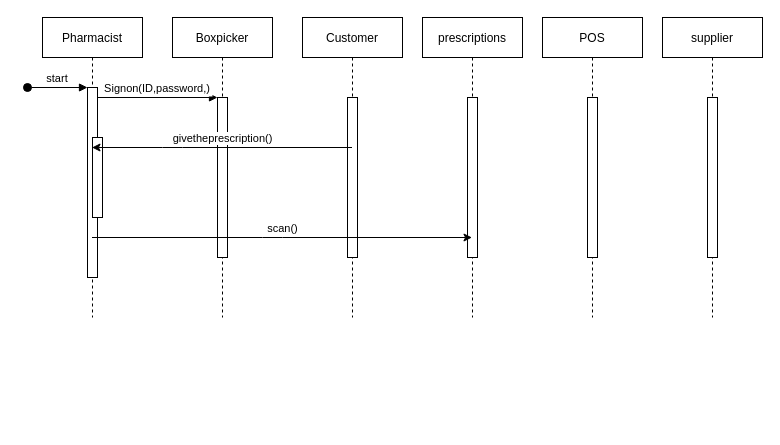
Before: Untitled Diagram.drawio in forthegame/ANU2024, a draw.io diagram. Source tidied: cells renumbered, new cells numbered last; positions are measured from the earlier drawing's top-left corner, leaving out a move shared by most shapes. Both pictures are drawn from the tidied source at 100%, with x=0, y=0 at pixel (27, 17).
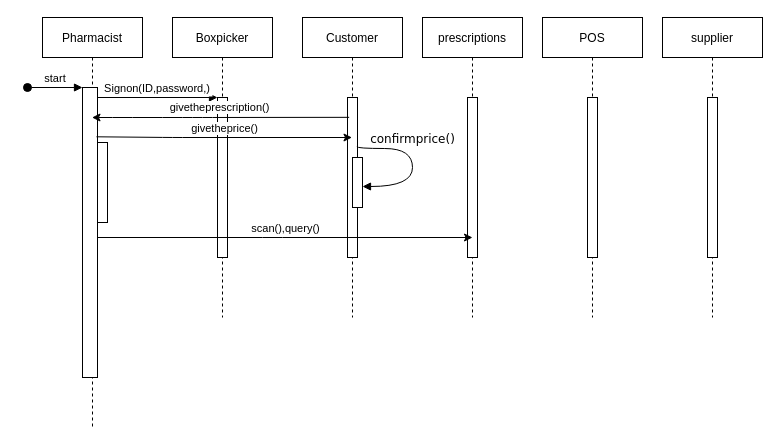
The same diagram, later.

The change refers to these unchanged cells:
```xml
<mxCell id="9" value="Customer" style="shape=umlLifeline;perimeter=lifelinePerimeter;rounded=0;shadow=0;strokeWidth=1;" parent="1" vertex="1">
  <mxGeometry x="275" width="100" height="300" as="geometry" />
</mxCell>
<mxCell id="10" style="points=[];perimeter=orthogonalPerimeter;rounded=0;shadow=0;strokeWidth=1;" parent="9" vertex="1">
  <mxGeometry x="45" y="80" width="10" height="160" as="geometry" />
</mxCell>
<mxCell id="13" value="prescriptions" style="shape=umlLifeline;perimeter=lifelinePerimeter;rounded=0;shadow=0;strokeWidth=1;" parent="1" vertex="1">
  <mxGeometry x="395" width="100" height="300" as="geometry" />
</mxCell>
<mxCell id="14" style="points=[];perimeter=orthogonalPerimeter;rounded=0;shadow=0;strokeWidth=1;" parent="13" vertex="1">
  <mxGeometry x="45" y="80" width="10" height="160" as="geometry" />
</mxCell>
```

Change to the diagram source:
```diff
@@
     <mxCell id="2" value="Pharmacist" style="shape=umlLifeline;perimeter=lifelinePerimeter;rounded=0;shadow=0;strokeWidth=1;" parent="1" vertex="1">
-      <mxGeometry x="15" width="100" height="300" as="geometry" />
+      <mxGeometry x="15" width="100" height="410" as="geometry" />
     </mxCell>
     <mxCell id="3" style="points=[];perimeter=orthogonalPerimeter;rounded=0;shadow=0;strokeWidth=1;" parent="2" vertex="1">
-      <mxGeometry x="45" y="70" width="10" height="190" as="geometry" />
+      <mxGeometry x="40" y="70" width="15" height="290" as="geometry" />
     </mxCell>
@@
     <mxCell id="5" style="perimeter=orthogonalPerimeter;rounded=0;shadow=0;strokeWidth=1;" parent="2" vertex="1">
-      <mxGeometry x="50" y="120" width="10" height="80" as="geometry" />
+      <mxGeometry x="55" y="125" width="10" height="80" as="geometry" />
     </mxCell>
@@
-    <mxCell id="17" value="givetheprescription()" style="endArrow=classic;html=1;verticalAlign=bottom;" parent="1" edge="1" source="9" target="2">
-      <mxGeometry relative="1" as="geometry">
+    <mxCell id="17" value="givetheprescription()" style="endArrow=classic;html=1;verticalAlign=bottom;exitX=0.166;exitY=0.124;exitDx=0;exitDy=0;exitPerimeter=0;" parent="1" edge="1" source="10" target="2">
+      <mxGeometry x="0.01" y="-1" relative="1" as="geometry">
         <Array as="points">
-          <mxPoint x="145" y="130" />
+          <mxPoint x="175" y="100" />
+          <mxPoint x="145" y="100" />
+          <mxPoint x="95" y="100" />
         </Array>
       </mxGeometry>
     </mxCell>
-    <mxCell id="18" value="scan()" style="endArrow=classic;html=1;verticalAlign=bottom;" parent="1" edge="1" source="2" target="13">
+    <mxCell id="18" value="scan(),query()" style="endArrow=classic;html=1;verticalAlign=bottom;entryX=0.5;entryY=0.875;entryDx=0;entryDy=0;entryPerimeter=0;" parent="1" edge="1" source="3" target="14">
       <mxGeometry relative="1" as="geometry">
         <Array as="points">
           <mxPoint x="245" y="220" />
         </Array>
       </mxGeometry>
     </mxCell>
+    <mxCell id="19" value="givetheprice()" style="endArrow=classic;html=1;verticalAlign=bottom;exitX=0.931;exitY=0.17;exitDx=0;exitDy=0;exitPerimeter=0;" parent="1" edge="1" source="3" target="9">
+      <mxGeometry relative="1" as="geometry">
+        <Array as="points">
+          <mxPoint x="145" y="120" />
+        </Array>
+      </mxGeometry>
+    </mxCell>
+    <mxCell id="20" style="points=[];perimeter=orthogonalPerimeter;rounded=0;shadow=0;strokeWidth=1;" parent="1" vertex="1">
+      <mxGeometry x="325" y="140" width="10" height="50" as="geometry" />
+    </mxCell>
+    <mxCell id="21" value="confirmprice()" style="html=1;verticalAlign=bottom;endArrow=block;labelBackgroundColor=none;fontFamily=Verdana;fontSize=12;elbow=vertical;edgeStyle=orthogonalEdgeStyle;curved=1;entryX=1;entryY=0.58;entryDx=0;entryDy=0;entryPerimeter=0;exitX=0.938;exitY=0.307;exitDx=0;exitDy=0;exitPerimeter=0;" parent="1" edge="1" source="10" target="20">
+      <mxGeometry x="-0.21" relative="1" as="geometry">
+        <Array as="points">
+          <mxPoint x="329" y="131" />
+          <mxPoint x="385" y="131" />
+          <mxPoint x="385" y="169" />
+        </Array>
+      </mxGeometry>
+    </mxCell>
```
